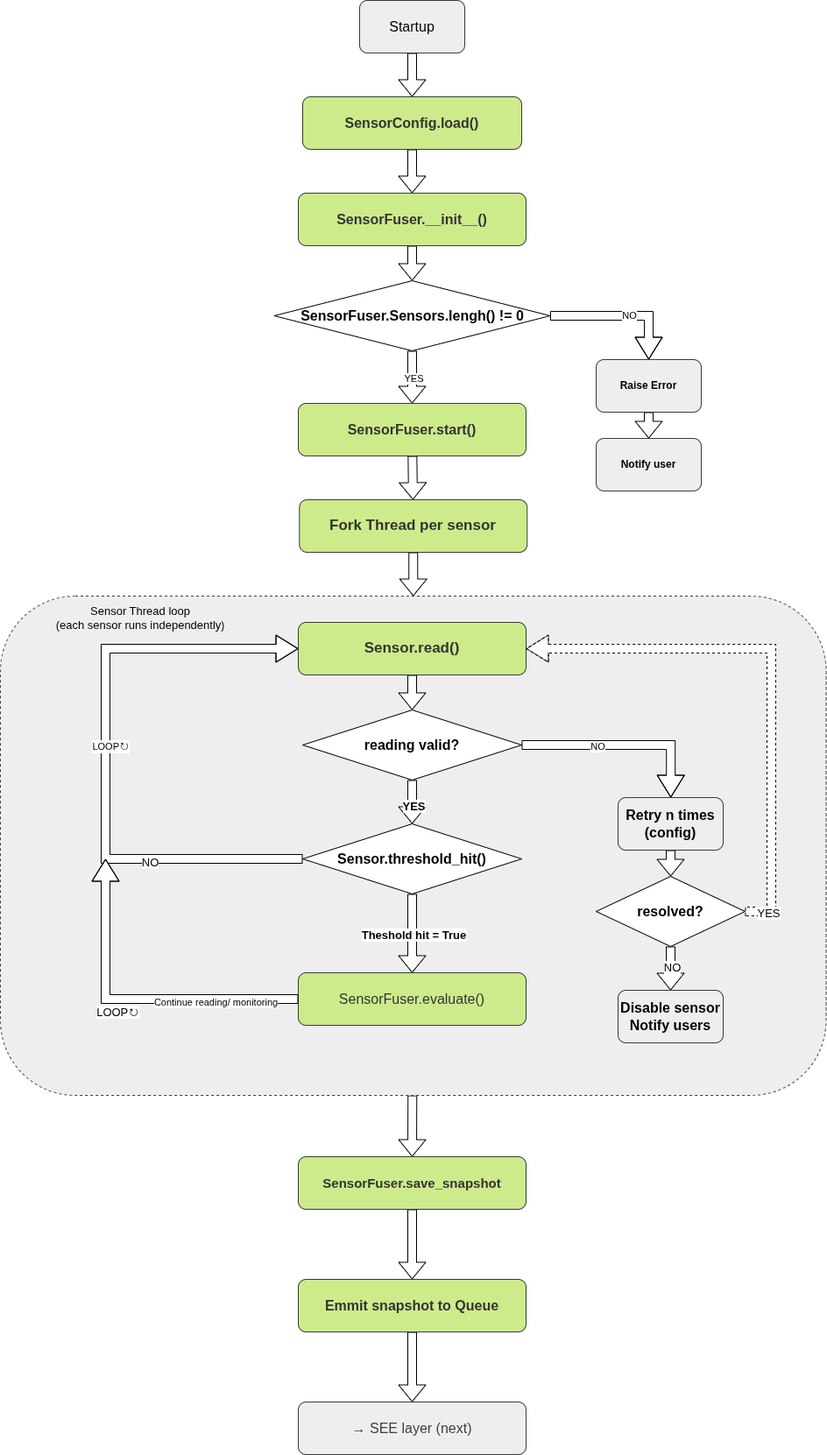
Before: assets/flowchart_sense.png, a diagram exported from draw.io (maya-fakih/smart_fire_extinguisher). Source tidied: cells renumbered, new cells last; positions are measured from the earlier drawing's top-left corner, leaving out a move shared by most shapes.
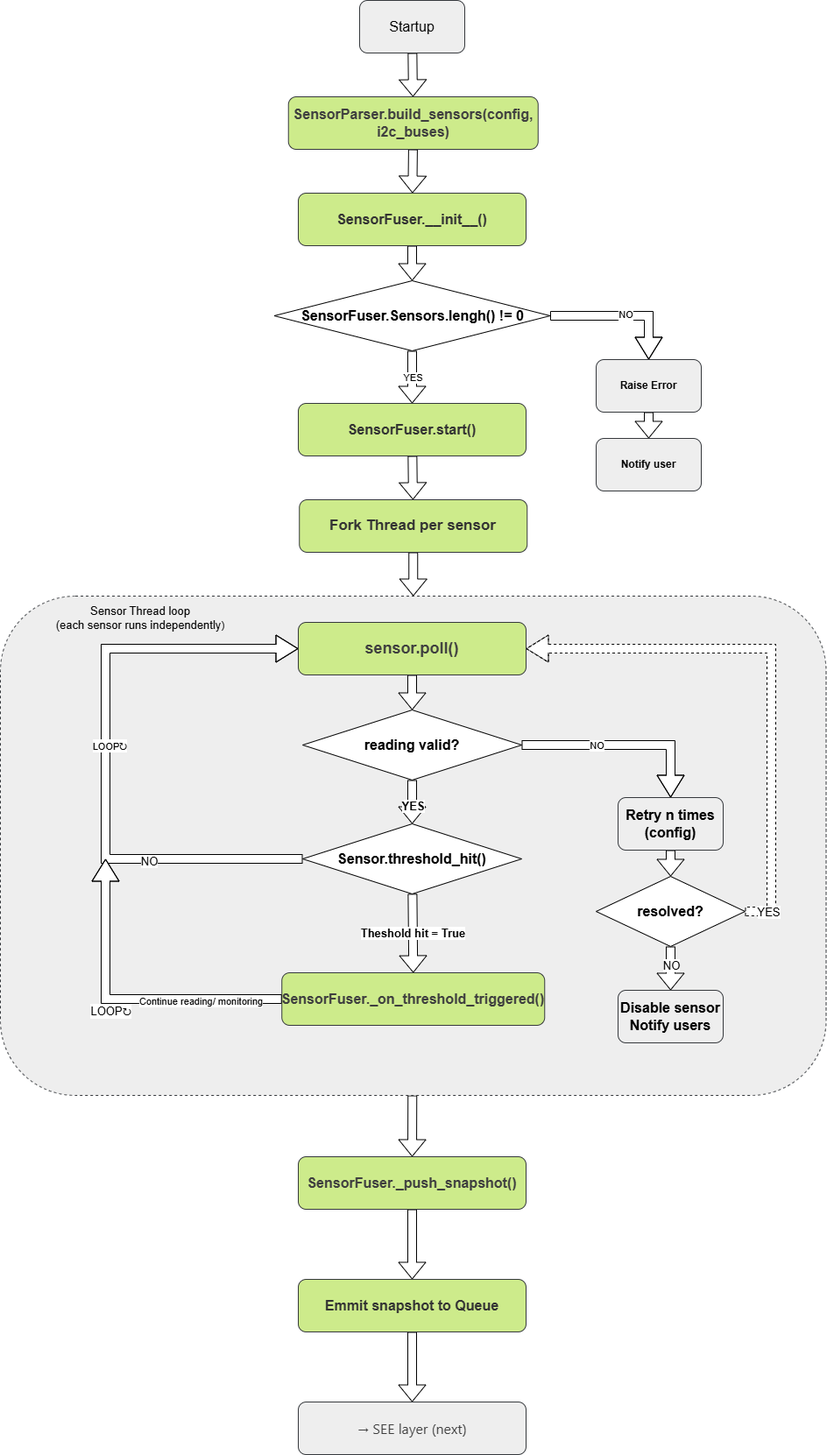
The same file after the commit.

Change to the diagram source:
```diff
@@ -17,8 +17,8 @@
     <mxCell id="6" style="edgeStyle=none;html=1;shape=flexArrow;fillColor=default;" parent="1" edge="1" source="7" target="9">
       <mxGeometry relative="1" as="geometry" />
     </mxCell>
-    <mxCell id="7" value="&lt;b&gt;&lt;font style=&quot;font-size: 16px; color: rgb(51, 51, 51);&quot;&gt;SensorConfig.load()&lt;/font&gt;&lt;/b&gt;" style="rounded=1;whiteSpace=wrap;html=1;fillColor=#cdeb8b;strokeColor=#36393d;fillOpacity=100;" parent="1" vertex="1">
-      <mxGeometry x="345" y="110" width="250" height="60" as="geometry" />
+    <mxCell id="7" value="&lt;b style=&quot;color: rgb(63, 63, 63); scrollbar-color: rgb(226, 226, 226) rgb(251, 251, 251); font-size: 16px;&quot;&gt;SensorParser.build_sensors(config, i2c_buses)&lt;/b&gt;" style="rounded=1;whiteSpace=wrap;html=1;fillColor=#cdeb8b;strokeColor=#36393d;fillOpacity=100;" parent="1" vertex="1">
+      <mxGeometry x="328.8" y="110" width="285" height="60" as="geometry" />
     </mxCell>
     <mxCell id="8" style="edgeStyle=none;html=1;entryX=0.5;entryY=0;entryDx=0;entryDy=0;shape=flexArrow;fillColor=default;" parent="1" edge="1" source="9" target="12">
       <mxGeometry relative="1" as="geometry" />
@@ -131,8 +131,8 @@
         <mxPoint x="1" y="7" as="offset" />
       </mxGeometry>
     </mxCell>
-    <mxCell id="40" value="&lt;font style=&quot;font-size: 16px; color: rgb(51, 51, 51);&quot;&gt;SensorFuser.evaluate()&lt;/font&gt;" style="rounded=1;whiteSpace=wrap;html=1;fillColor=#cdeb8b;strokeColor=#36393d;" parent="1" vertex="1">
-      <mxGeometry x="340" y="1110" width="260" height="60" as="geometry" />
+    <mxCell id="40" value="&lt;b style=&quot;color: rgb(63, 63, 63); scrollbar-color: rgb(226, 226, 226) rgb(251, 251, 251); font-size: 16px;&quot;&gt;SensorFuser._on_threshold_triggered()&lt;/b&gt;" style="rounded=1;whiteSpace=wrap;html=1;fillColor=#cdeb8b;strokeColor=#36393d;" parent="1" vertex="1">
+      <mxGeometry x="321.2" y="1110" width="300" height="60" as="geometry" />
     </mxCell>
     <mxCell id="41" style="edgeStyle=segmentEdgeStyle;endArrow=classic;html=1;curved=0;rounded=0;endSize=8;startSize=8;exitX=0;exitY=0.5;exitDx=0;exitDy=0;entryX=0;entryY=0.5;entryDx=0;entryDy=0;shape=flexArrow;fillColor=default;" parent="1" edge="1" source="29" target="52">
       <mxGeometry relative="1" as="geometry">
@@ -153,7 +153,7 @@
     <mxCell id="44" style="edgeStyle=none;html=1;shape=flexArrow;fillColor=default;" parent="1" edge="1" source="45" target="50">
       <mxGeometry relative="1" as="geometry" />
     </mxCell>
-    <mxCell id="45" value="&lt;b&gt;&lt;font style=&quot;font-size: 15px; color: rgb(51, 51, 51);&quot;&gt;SensorFuser.save_snapshot&lt;/font&gt;&lt;/b&gt;" style="rounded=1;whiteSpace=wrap;html=1;fillColor=#cdeb8b;strokeColor=#36393d;" parent="1" vertex="1">
+    <mxCell id="45" value="&lt;b style=&quot;color: rgb(63, 63, 63); scrollbar-color: rgb(226, 226, 226) rgb(251, 251, 251); font-size: 16px;&quot;&gt;SensorFuser._push_snapshot()&lt;/b&gt;" style="rounded=1;whiteSpace=wrap;html=1;fillColor=#cdeb8b;strokeColor=#36393d;" parent="1" vertex="1">
       <mxGeometry x="340" y="1320" width="260" height="60" as="geometry" />
     </mxCell>
     <mxCell id="46" style="edgeStyle=segmentEdgeStyle;endArrow=classic;html=1;curved=0;rounded=0;endSize=8;startSize=8;exitX=0;exitY=0.5;exitDx=0;exitDy=0;shape=flexArrow;fillColor=default;" parent="1" edge="1" source="40">
@@ -178,7 +178,7 @@
     <mxCell id="51" value="&lt;span style=&quot;color: rgb(63, 63, 63); font-family: &amp;quot;Anthropic Sans&amp;quot;, -apple-system, BlinkMacSystemFont, &amp;quot;Segoe UI&amp;quot;, sans-serif; font-size: medium; font-style: normal; font-variant-ligatures: normal; font-variant-caps: normal; font-weight: 400; letter-spacing: normal; orphans: 2; text-align: start; text-indent: 0px; text-transform: none; widows: 2; word-spacing: 0px; -webkit-text-stroke-width: 0px; white-space: nowrap; text-decoration-thickness: initial; text-decoration-style: initial; text-decoration-color: initial; float: none; display: inline !important;&quot;&gt;→ SEE layer (next)&lt;/span&gt;" style="rounded=1;whiteSpace=wrap;html=1;fillColor=#eeeeee;strokeColor=#36393d;imageAspect=0;" parent="1" vertex="1">
       <mxGeometry x="340" y="1600" width="260" height="60" as="geometry" />
     </mxCell>
-    <mxCell id="52" value="&lt;b&gt;&lt;font style=&quot;font-size: 17px; color: rgb(51, 51, 51);&quot;&gt;Sensor.read()&lt;/font&gt;&lt;/b&gt;" style="rounded=1;whiteSpace=wrap;html=1;fillColor=#cdeb8b;strokeColor=#36393d;" parent="1" vertex="1">
+    <mxCell id="52" value="&lt;b style=&quot;color: rgb(63, 63, 63); scrollbar-color: rgb(226, 226, 226) rgb(251, 251, 251);&quot;&gt;&lt;font style=&quot;font-size: 18px;&quot;&gt;sensor.poll()&lt;/font&gt;&lt;/b&gt;" style="rounded=1;whiteSpace=wrap;html=1;fillColor=#cdeb8b;strokeColor=#36393d;" parent="1" vertex="1">
       <mxGeometry x="340" y="710" width="260" height="60" as="geometry" />
     </mxCell>
   </root>
```
